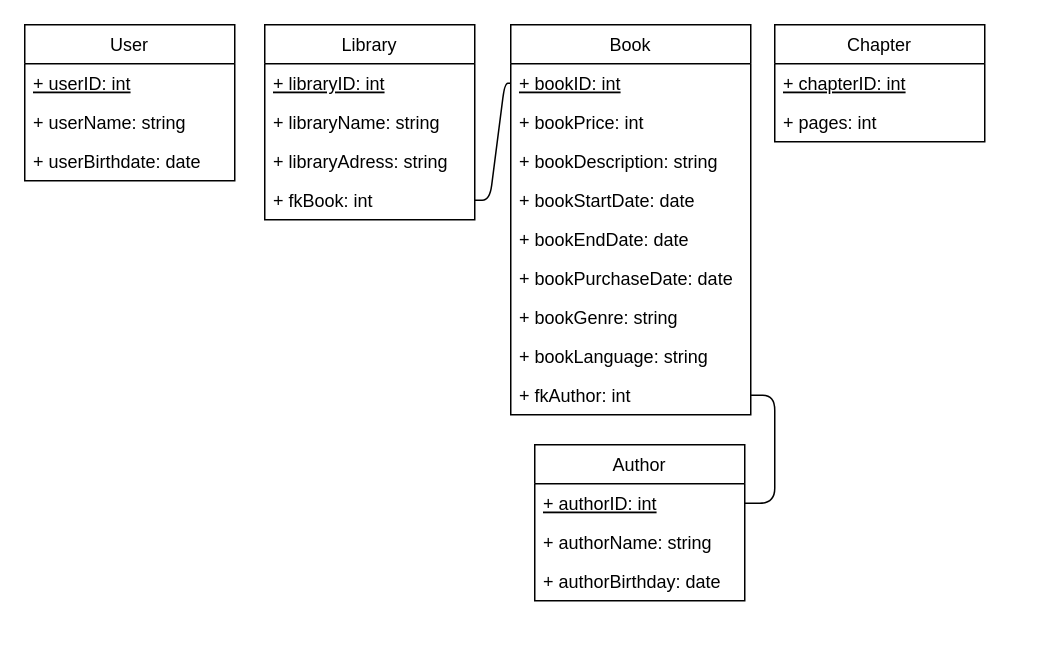
Before: page "UML" (3 of 3) of day1/exercise1.drawio in stepanCodam/backEnd_day_1, a draw.io diagram. Source tidied: cells renumbered, new cells numbered last; positions are measured from the earlier drawing's top-left corner, leaving out a move shared by most shapes. Both pictures are drawn from the tidied source at 150%, with x=0, y=0 at pixel (24, 24).
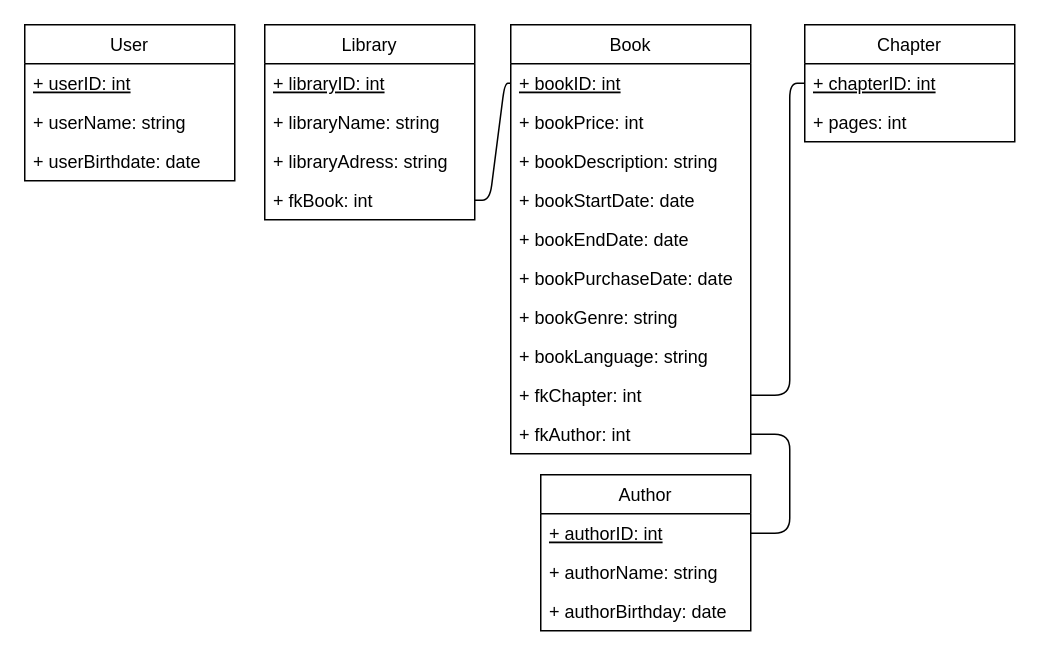
Above is the later version.

Commit message:
Optimised UML a bit

Unchanged cells that the change refers to:
```xml
<mxCell id="13" value="+ authorID: int" style="text;strokeColor=none;fillColor=none;align=left;verticalAlign=top;spacingLeft=4;spacingRight=4;overflow=hidden;points=[[0,0.5],[1,0.5]];portConstraint=eastwest;fontStyle=4;" parent="12" vertex="1">
  <mxGeometry y="26" width="140" height="26" as="geometry" />
</mxCell>
<mxCell id="17" value="+ chapterID: int" style="text;strokeColor=none;fillColor=none;align=left;verticalAlign=top;spacingLeft=4;spacingRight=4;overflow=hidden;points=[[0,0.5],[1,0.5]];portConstraint=eastwest;fontStyle=4;" parent="16" vertex="1">
  <mxGeometry y="26" width="140" height="26" as="geometry" />
</mxCell>
```

Change to the diagram source:
```diff
@@
     <mxCell id="2" value="Book" style="swimlane;fontStyle=0;horizontal=1;startSize=26;fillColor=none;" parent="1" vertex="1">
-      <mxGeometry x="324" width="160" height="260" as="geometry" />
+      <mxGeometry x="324" width="160" height="286" as="geometry" />
     </mxCell>
@@
+    <mxCell id="30" value="+ fkChapter: int" style="text;strokeColor=none;fillColor=none;align=left;verticalAlign=top;spacingLeft=4;spacingRight=4;overflow=hidden;points=[[0,0.5],[1,0.5]];portConstraint=eastwest;" parent="2" vertex="1">
+      <mxGeometry y="234" width="160" height="26" as="geometry" />
+    </mxCell>
     <mxCell id="11" value="+ fkAuthor: int" style="text;strokeColor=none;fillColor=none;align=left;verticalAlign=top;spacingLeft=4;spacingRight=4;overflow=hidden;points=[[0,0.5],[1,0.5]];portConstraint=eastwest;" parent="2" vertex="1">
-      <mxGeometry y="234" width="160" height="26" as="geometry" />
+      <mxGeometry y="260" width="160" height="26" as="geometry" />
     </mxCell>
     <mxCell id="12" value="Author" style="swimlane;fontStyle=0;horizontal=1;startSize=26;fillColor=none;" parent="1" vertex="1">
-      <mxGeometry x="340" y="280" width="140" height="104" as="geometry" />
+      <mxGeometry x="344" y="300" width="140" height="104" as="geometry" />
     </mxCell>
@@
     <mxCell id="16" value="Chapter" style="swimlane;fontStyle=0;horizontal=1;startSize=26;fillColor=none;" parent="1" vertex="1">
-      <mxGeometry x="500" width="140" height="78" as="geometry" />
+      <mxGeometry x="520" width="140" height="78" as="geometry" />
     </mxCell>
@@
     <mxCell id="19" style="edgeStyle=none;html=1;exitX=1;exitY=0.5;exitDx=0;exitDy=0;entryX=1;entryY=0.5;entryDx=0;entryDy=0;startArrow=none;startFill=0;endArrow=none;endFill=0;" parent="1" edge="1" source="13" target="11">
       <mxGeometry relative="1" as="geometry">
         <Array as="points">
-          <mxPoint x="500" y="319" />
-          <mxPoint x="500" y="247" />
+          <mxPoint x="510" y="339" />
+          <mxPoint x="510" y="273" />
         </Array>
       </mxGeometry>
     </mxCell>
@@
+    <mxCell id="31" style="edgeStyle=none;html=1;exitX=0;exitY=0.5;exitDx=0;exitDy=0;entryX=1;entryY=0.5;entryDx=0;entryDy=0;startArrow=none;startFill=0;endArrow=none;endFill=0;" parent="1" edge="1" source="17" target="30">
+      <mxGeometry relative="1" as="geometry">
+        <Array as="points">
+          <mxPoint x="510" y="39" />
+          <mxPoint x="510" y="247" />
+        </Array>
+      </mxGeometry>
+    </mxCell>
```
